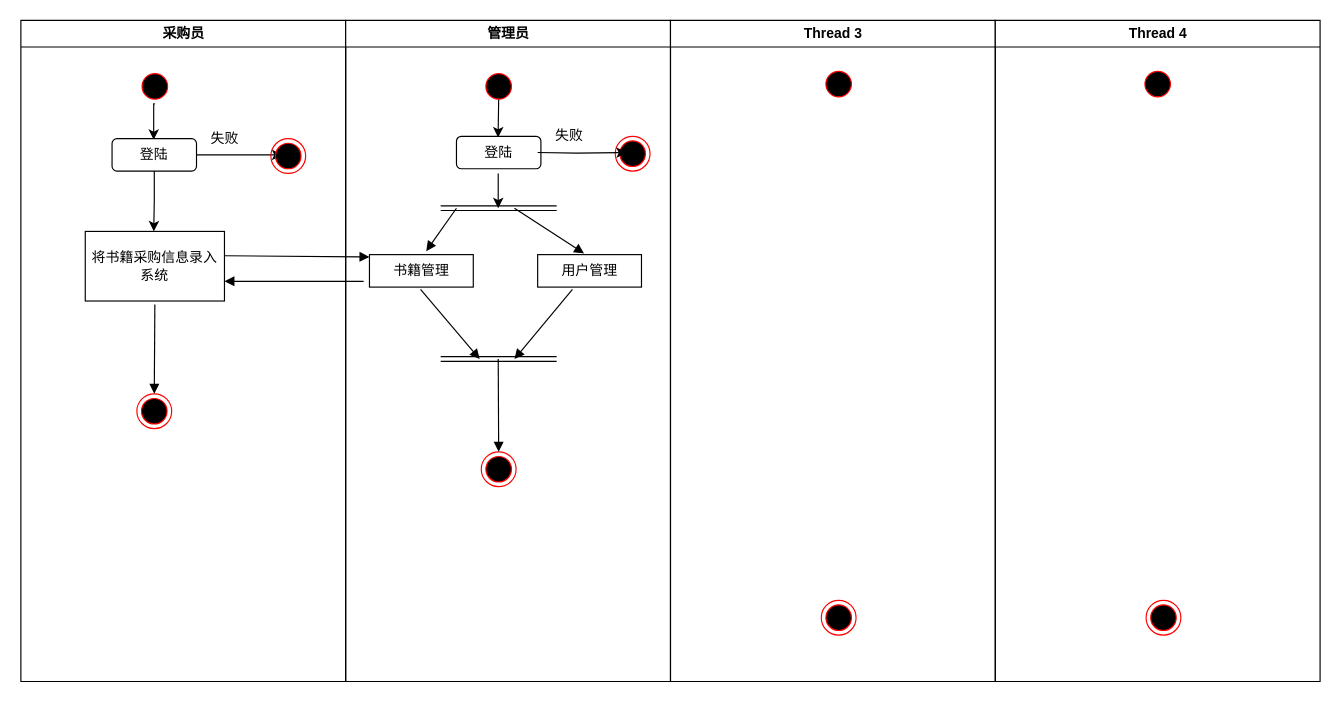
myjdml/drowio keeps this draw.io diagram as 软分课设/活动图.drawio. Above is the earlier version. Source tidied: cells renumbered, new cells numbered last; positions are measured from the earlier drawing's top-left corner, leaving out a move shared by most shapes. Both pictures are drawn from the tidied source at 116%, with x=0, y=0 at pixel (20, 20).
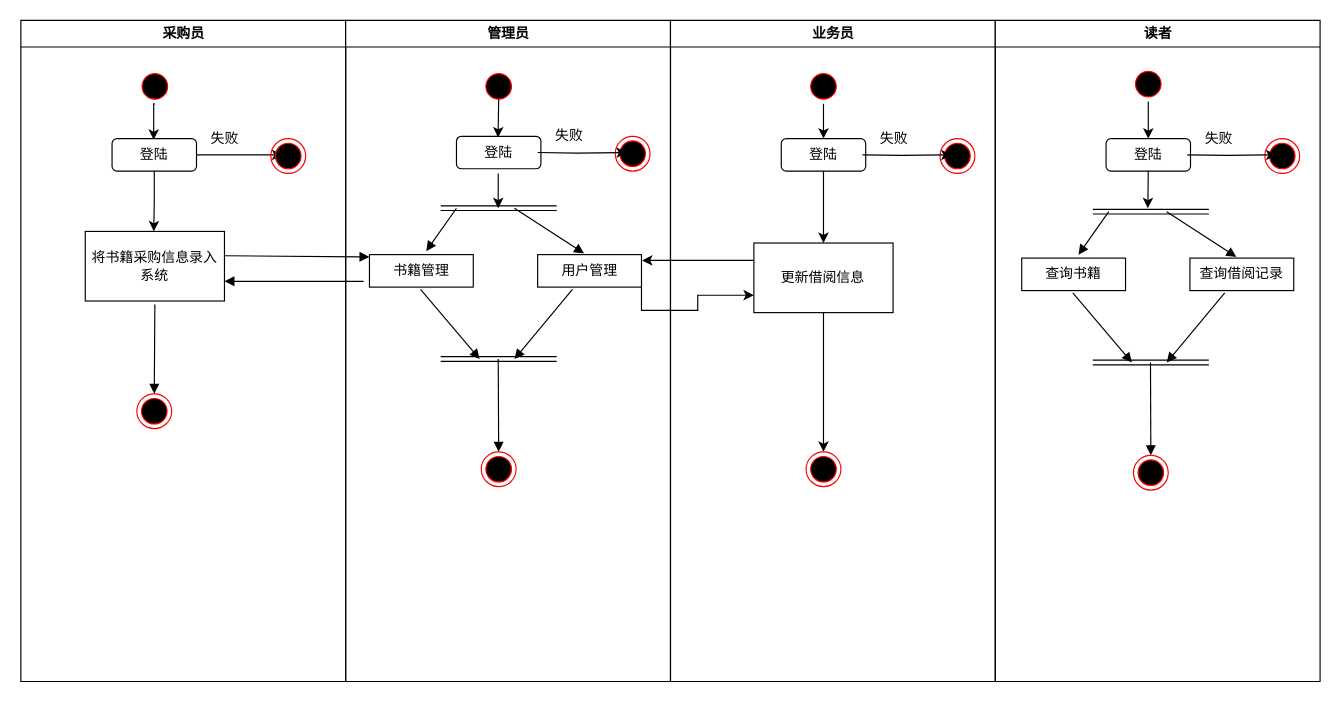
The same page after the edit.

The change refers to these unchanged cells:
```xml
<mxCell id="22" value="用户管理" style="rounded=0;whiteSpace=wrap;html=1;" parent="13" vertex="1">
  <mxGeometry x="165.5" y="202" width="89.5" height="28" as="geometry" />
</mxCell>
```

Change to the diagram source:
```diff
@@
-    <mxCell id="25" value="Thread 3" style="swimlane;whiteSpace=wrap;" parent="1" vertex="1">
+    <mxCell id="25" value="业务员" style="swimlane;whiteSpace=wrap;" parent="1" vertex="1">
       <mxGeometry x="560.5" width="280" height="570" as="geometry" />
     </mxCell>
     <mxCell id="26" style="ellipse;shape=endState;fillColor=#000000;strokeColor=#ff0000;" parent="25" vertex="1">
-      <mxGeometry x="130" y="500" width="30" height="30" as="geometry" />
+      <mxGeometry x="116.9" y="372" width="30" height="30" as="geometry" />
     </mxCell>
+    <mxCell id="39" style="edgeStyle=orthogonalEdgeStyle;rounded=0;jettySize=auto;html=1;exitX=0.5;exitY=1;exitDx=0;exitDy=0;entryX=0.5;entryY=0;entryDx=0;entryDy=0;" parent="25" edge="1" source="27" target="41">
+      <mxGeometry relative="1" as="geometry" />
+    </mxCell>
     <mxCell id="27" style="ellipse;shape=startState;fillColor=#000000;strokeColor=#ff0000;" parent="25" vertex="1">
-      <mxGeometry x="130" y="40" width="30" height="30" as="geometry" />
+      <mxGeometry x="116.9" y="42" width="30" height="30" as="geometry" />
     </mxCell>
+    <mxCell id="40" style="edgeStyle=orthogonalEdgeStyle;rounded=0;jettySize=auto;html=1;exitX=0.5;exitY=1;exitDx=0;exitDy=0;" parent="25" edge="1" source="41" target="46">
+      <mxGeometry relative="1" as="geometry" />
+    </mxCell>
+    <mxCell id="41" value="登陆" style="rounded=1;whiteSpace=wrap;html=1;" parent="25" vertex="1">
+      <mxGeometry x="95.5" y="102" width="72.8" height="28" as="geometry" />
+    </mxCell>
+    <mxCell id="42" style="ellipse;html=1;shape=endState;fillColor=#000000;strokeColor=#ff0000;" parent="25" vertex="1">
+      <mxGeometry x="232.4" y="102" width="30" height="30" as="geometry" />
+    </mxCell>
+    <mxCell id="43" style="edgeStyle=orthogonalEdgeStyle;rounded=0;jettySize=auto;html=1;entryX=0.333;entryY=0.467;entryDx=0;entryDy=0;entryPerimeter=0;" parent="25" edge="1" target="42">
+      <mxGeometry relative="1" as="geometry">
+        <mxPoint x="165.5" y="116" as="sourcePoint" />
+      </mxGeometry>
+    </mxCell>
+    <mxCell id="44" value="失败" style="text;html=1;align=center;verticalAlign=middle;strokeColor=none;fillColor=none;" parent="25" vertex="1">
+      <mxGeometry x="172.4" y="92" width="40" height="20" as="geometry" />
+    </mxCell>
+    <mxCell id="45" style="edgeStyle=orthogonalEdgeStyle;rounded=0;jettySize=auto;html=1;exitX=0.5;exitY=1;exitDx=0;exitDy=0;" parent="25" edge="1" source="46" target="26">
+      <mxGeometry relative="1" as="geometry" />
+    </mxCell>
+    <mxCell id="46" value="更新借阅信息" style="rounded=0;whiteSpace=wrap;html=1;" parent="25" vertex="1">
+      <mxGeometry x="71.9" y="192" width="120" height="60" as="geometry" />
+    </mxCell>
-    <mxCell id="28" value="Thread 4" style="swimlane;whiteSpace=wrap;" parent="1" vertex="1">
+    <mxCell id="28" value="读者" style="swimlane;whiteSpace=wrap;" parent="1" vertex="1">
       <mxGeometry x="840.5" width="280" height="570" as="geometry" />
     </mxCell>
-    <mxCell id="29" style="ellipse;shape=endState;fillColor=#000000;strokeColor=#ff0000;" parent="28" vertex="1">
-      <mxGeometry x="130" y="500" width="30" height="30" as="geometry" />
-    </mxCell>
+    <mxCell id="47" style="edgeStyle=orthogonalEdgeStyle;rounded=0;jettySize=auto;html=1;exitX=0.5;exitY=1;exitDx=0;exitDy=0;entryX=0.5;entryY=0;entryDx=0;entryDy=0;" parent="28" edge="1" source="30" target="48">
+      <mxGeometry relative="1" as="geometry" />
+    </mxCell>
     <mxCell id="30" style="ellipse;shape=startState;fillColor=#000000;strokeColor=#ff0000;" parent="28" vertex="1">
-      <mxGeometry x="125" y="40" width="30" height="30" as="geometry" />
+      <mxGeometry x="116.9" y="40" width="30" height="30" as="geometry" />
     </mxCell>
+    <mxCell id="48" value="登陆" style="rounded=1;whiteSpace=wrap;html=1;" parent="28" vertex="1">
+      <mxGeometry x="95.5" y="102" width="72.8" height="28" as="geometry" />
+    </mxCell>
+    <mxCell id="49" style="ellipse;html=1;shape=endState;fillColor=#000000;strokeColor=#ff0000;" parent="28" vertex="1">
+      <mxGeometry x="232.4" y="102" width="30" height="30" as="geometry" />
+    </mxCell>
+    <mxCell id="50" style="edgeStyle=orthogonalEdgeStyle;rounded=0;jettySize=auto;html=1;entryX=0.333;entryY=0.467;entryDx=0;entryDy=0;entryPerimeter=0;" parent="28" edge="1" target="49">
+      <mxGeometry relative="1" as="geometry">
+        <mxPoint x="165.5" y="116" as="sourcePoint" />
+      </mxGeometry>
+    </mxCell>
+    <mxCell id="51" value="失败" style="text;html=1;align=center;verticalAlign=middle;strokeColor=none;fillColor=none;" parent="28" vertex="1">
+      <mxGeometry x="172.4" y="92" width="40" height="20" as="geometry" />
+    </mxCell>
+    <mxCell id="52" value="查询书籍" style="rounded=0;whiteSpace=wrap;html=1;" parent="28" vertex="1">
+      <mxGeometry x="22.8" y="205" width="89.5" height="28" as="geometry" />
+    </mxCell>
+    <mxCell id="53" style="shape=link;html=1;rounded=0;" parent="28" edge="1">
+      <mxGeometry relative="1" as="geometry">
+        <mxPoint x="84.1" y="165" as="sourcePoint" />
+        <mxPoint x="184.1" y="165" as="targetPoint" />
+      </mxGeometry>
+    </mxCell>
+    <mxCell id="54" value="查询借阅记录" style="rounded=0;whiteSpace=wrap;html=1;" parent="28" vertex="1">
+      <mxGeometry x="167.8" y="205" width="89.5" height="28" as="geometry" />
+    </mxCell>
+    <mxCell id="55" style="shape=link;html=1;rounded=0;" parent="28" edge="1">
+      <mxGeometry relative="1" as="geometry">
+        <mxPoint x="84.1" y="295" as="sourcePoint" />
+        <mxPoint x="184.1" y="295" as="targetPoint" />
+      </mxGeometry>
+    </mxCell>
+    <mxCell id="56" style="ellipse;shape=endState;fillColor=#000000;strokeColor=#ff0000;" parent="28" vertex="1">
+      <mxGeometry x="119.1" y="375" width="30" height="30" as="geometry" />
+    </mxCell>
+    <mxCell id="57" style="html=1;verticalAlign=bottom;endArrow=block;rounded=0;entryX=0.547;entryY=-0.107;entryDx=0;entryDy=0;entryPerimeter=0;" parent="28" edge="1" target="52">
+      <mxGeometry relative="1" as="geometry">
+        <mxPoint x="97.8" y="165" as="sourcePoint" />
+      </mxGeometry>
+    </mxCell>
+    <mxCell id="58" style="html=1;verticalAlign=bottom;endArrow=block;rounded=0;entryX=0.447;entryY=-0.036;entryDx=0;entryDy=0;entryPerimeter=0;" parent="28" edge="1" target="54">
+      <mxGeometry relative="1" as="geometry">
+        <mxPoint x="147.8" y="165" as="sourcePoint" />
+      </mxGeometry>
+    </mxCell>
+    <mxCell id="59" style="html=1;verticalAlign=bottom;endArrow=block;rounded=0;" parent="28" edge="1">
+      <mxGeometry relative="1" as="geometry">
+        <mxPoint x="197.8" y="235" as="sourcePoint" />
+        <mxPoint x="147.8" y="295" as="targetPoint" />
+      </mxGeometry>
+    </mxCell>
+    <mxCell id="60" style="html=1;verticalAlign=bottom;endArrow=block;rounded=0;exitX=0.492;exitY=1.071;exitDx=0;exitDy=0;exitPerimeter=0;" parent="28" edge="1" source="52">
+      <mxGeometry relative="1" as="geometry">
+        <mxPoint x="117.8" y="295" as="targetPoint" />
+      </mxGeometry>
+    </mxCell>
+    <mxCell id="61" style="html=1;verticalAlign=bottom;endArrow=block;rounded=0;entryX=0.5;entryY=0;entryDx=0;entryDy=0;" parent="28" edge="1" target="56">
+      <mxGeometry relative="1" as="geometry">
+        <mxPoint x="133.8" y="295" as="sourcePoint" />
+      </mxGeometry>
+    </mxCell>
@@
+    <mxCell id="62" style="edgeStyle=orthogonalEdgeStyle;rounded=0;jettySize=auto;html=1;exitX=0;exitY=0.25;exitDx=0;exitDy=0;" parent="1" edge="1" source="46">
+      <mxGeometry relative="1" as="geometry">
+        <mxPoint x="536" y="207" as="targetPoint" />
+      </mxGeometry>
+    </mxCell>
+    <mxCell id="63" style="edgeStyle=orthogonalEdgeStyle;rounded=0;jettySize=auto;html=1;exitX=1;exitY=1;exitDx=0;exitDy=0;entryX=0;entryY=0.75;entryDx=0;entryDy=0;" parent="1" edge="1" source="22" target="46">
+      <mxGeometry relative="1" as="geometry" />
+    </mxCell>
+    <mxCell id="64" style="edgeStyle=orthogonalEdgeStyle;rounded=0;jettySize=auto;html=1;exitX=0.5;exitY=1;exitDx=0;exitDy=0;" parent="1" edge="1" source="48">
+      <mxGeometry relative="1" as="geometry">
+        <mxPoint x="972" y="162" as="targetPoint" />
+      </mxGeometry>
+    </mxCell>
```
